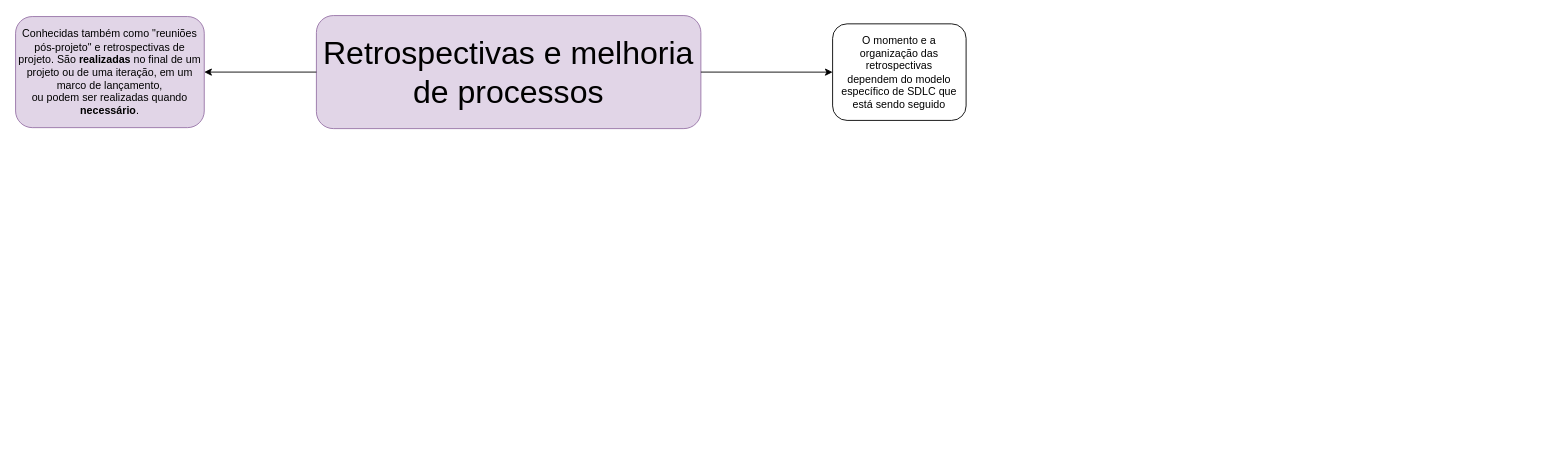
Natalirodriguess/estudos keeps this draw.io diagram as page "Subtopico 2.1.6" (7 of 10) of capitulo2.drawio. Above is the earlier version. Source tidied: cells renumbered, new cells numbered last; positions are measured from the earlier drawing's top-left corner, leaving out a move shared by most shapes. Both pictures are drawn from the tidied source at 89%, with x=0, y=0 at pixel (15, 15).
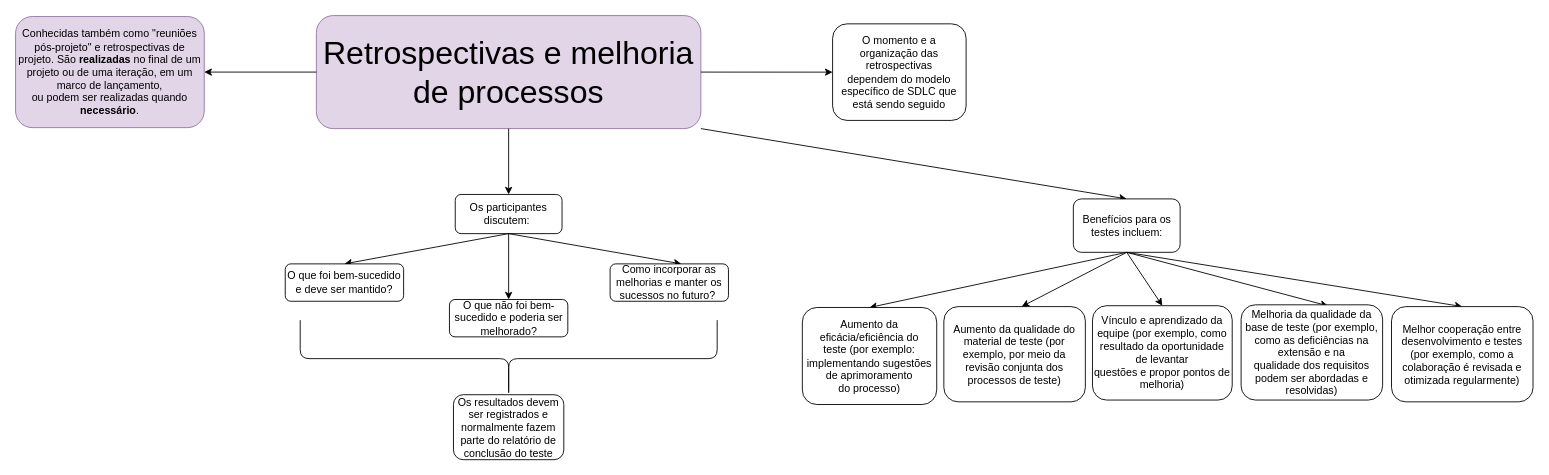
The same page after the edit.

The change refers to these unchanged cells:
```xml
<mxCell id="2" value="&lt;font style=&quot;font-size: 36px;&quot;&gt; Retrospectivas e melhoria de processos &lt;/font&gt;" style="rounded=1;whiteSpace=wrap;html=1;fillColor=#e1d5e7;strokeColor=#9673a6;" parent="1" vertex="1">
  <mxGeometry x="338" width="432" height="127" as="geometry" />
</mxCell>
```

What changed in the source:
```diff
@@
+    <mxCell id="7" style="endArrow=classic;html=1;rounded=0;exitX=0.5;exitY=1;exitDx=0;exitDy=0;entryX=0.5;entryY=0;entryDx=0;entryDy=0;" parent="1" edge="1" source="2" target="8">
+      <mxGeometry relative="1" as="geometry" />
+    </mxCell>
+    <mxCell id="8" value="Os participantes discutem:&amp;nbsp;" style="rounded=1;whiteSpace=wrap;html=1;" parent="1" vertex="1">
+      <mxGeometry x="494" y="201" width="120" height="44" as="geometry" />
+    </mxCell>
+    <mxCell id="9" style="endArrow=classic;html=1;rounded=0;exitX=0.5;exitY=1;exitDx=0;exitDy=0;entryX=0.5;entryY=0;entryDx=0;entryDy=0;" parent="1" edge="1" source="8" target="12">
+      <mxGeometry relative="1" as="geometry" />
+    </mxCell>
+    <mxCell id="10" style="endArrow=classic;html=1;rounded=0;exitX=0.5;exitY=1;exitDx=0;exitDy=0;entryX=0.5;entryY=0;entryDx=0;entryDy=0;" parent="1" edge="1" source="8" target="13">
+      <mxGeometry relative="1" as="geometry" />
+    </mxCell>
+    <mxCell id="11" style="endArrow=classic;html=1;rounded=0;exitX=0.5;exitY=1;exitDx=0;exitDy=0;entryX=0.602;entryY=0;entryDx=0;entryDy=0;entryPerimeter=0;" parent="1" edge="1" source="8" target="14">
+      <mxGeometry relative="1" as="geometry" />
+    </mxCell>
+    <mxCell id="12" value="O que foi bem-sucedido e deve ser mantido?" style="rounded=1;whiteSpace=wrap;html=1;" parent="1" vertex="1">
+      <mxGeometry x="303" y="279" width="133" height="42" as="geometry" />
+    </mxCell>
+    <mxCell id="13" value="O que não foi bem-sucedido e poderia ser melhorado?" style="rounded=1;whiteSpace=wrap;html=1;" parent="1" vertex="1">
+      <mxGeometry x="487.5" y="319" width="133" height="42" as="geometry" />
+    </mxCell>
+    <mxCell id="14" value="Como incorporar as melhorias e manter os sucessos no futuro?&amp;nbsp;" style="rounded=1;whiteSpace=wrap;html=1;" parent="1" vertex="1">
+      <mxGeometry x="668" y="279" width="133" height="42" as="geometry" />
+    </mxCell>
+    <mxCell id="15" style="shape=curlyBracket;whiteSpace=wrap;html=1;rounded=1;labelPosition=left;verticalLabelPosition=middle;align=right;verticalAlign=middle;rotation=-90;" parent="1" vertex="1">
+      <mxGeometry x="510.8" y="151.2" width="86.5" height="468.5" as="geometry" />
+    </mxCell>
+    <mxCell id="16" value="Os resultados devem ser registrados e normalmente fazem parte do relatório de conclusão do teste" style="rounded=1;whiteSpace=wrap;html=1;" parent="1" vertex="1">
+      <mxGeometry x="492" y="426" width="124" height="73" as="geometry" />
+    </mxCell>
+    <mxCell id="17" style="endArrow=classic;html=1;rounded=0;exitX=0.5;exitY=1;exitDx=0;exitDy=0;entryX=0.5;entryY=0;entryDx=0;entryDy=0;" parent="1" edge="1" source="19" target="21">
+      <mxGeometry relative="1" as="geometry" />
+    </mxCell>
+    <mxCell id="18" style="endArrow=classic;html=1;rounded=0;exitX=1;exitY=1;exitDx=0;exitDy=0;entryX=0.5;entryY=0;entryDx=0;entryDy=0;" parent="1" edge="1" source="2" target="19">
+      <mxGeometry relative="1" as="geometry" />
+    </mxCell>
+    <mxCell id="19" value="Benefícios para os testes incluem:" style="rounded=1;whiteSpace=wrap;html=1;" parent="1" vertex="1">
+      <mxGeometry x="1188.5" y="206" width="120" height="60" as="geometry" />
+    </mxCell>
+    <mxCell id="20" style="endArrow=classic;html=1;rounded=0;exitX=0.5;exitY=1;exitDx=0;exitDy=0;entryX=0.55;entryY=0;entryDx=0;entryDy=0;entryPerimeter=0;" parent="1" edge="1" source="19" target="22">
+      <mxGeometry relative="1" as="geometry" />
+    </mxCell>
+    <mxCell id="21" value="&lt;div style=&quot;&quot;&gt;&lt;span style=&quot;background-color: initial;&quot;&gt;Aumento da eficácia/eficiência do teste&amp;nbsp;&lt;/span&gt;&lt;span style=&quot;background-color: initial;&quot;&gt;(por exemplo: implementando sugestões de aprimoramento&lt;/span&gt;&lt;/div&gt;&lt;div style=&quot;&quot;&gt;&lt;span style=&quot;background-color: initial;&quot;&gt;do processo)&lt;/span&gt;&lt;/div&gt;" style="rounded=1;whiteSpace=wrap;html=1;align=center;" parent="1" vertex="1">
+      <mxGeometry x="884" y="328" width="151" height="109" as="geometry" />
+    </mxCell>
+    <mxCell id="22" value="&lt;div style=&quot;&quot;&gt;Aumento da qualidade do material de teste (por exemplo, por meio da revisão conjunta dos&lt;br&gt;processos de teste)&lt;br&gt;&lt;/div&gt;" style="rounded=1;whiteSpace=wrap;html=1;align=center;" parent="1" vertex="1">
+      <mxGeometry x="1043" y="327" width="159" height="107" as="geometry" />
+    </mxCell>
+    <mxCell id="23" style="endArrow=classic;html=1;rounded=0;exitX=0.5;exitY=1;exitDx=0;exitDy=0;entryX=0.614;entryY=0.011;entryDx=0;entryDy=0;entryPerimeter=0;" parent="1" edge="1" source="19" target="26">
+      <mxGeometry relative="1" as="geometry" />
+    </mxCell>
+    <mxCell id="24" style="endArrow=classic;html=1;rounded=0;exitX=0.5;exitY=1;exitDx=0;exitDy=0;entryX=0.5;entryY=0;entryDx=0;entryDy=0;" parent="1" edge="1" source="19" target="25">
+      <mxGeometry relative="1" as="geometry" />
+    </mxCell>
+    <mxCell id="25" value="&lt;div style=&quot;&quot;&gt;Vínculo e aprendizado da equipe (por exemplo, como resultado da oportunidade de levantar&lt;br&gt;questões e propor pontos de melhoria)&lt;br&gt;&lt;/div&gt;" style="rounded=1;whiteSpace=wrap;html=1;align=center;" parent="1" vertex="1">
+      <mxGeometry x="1210" y="326" width="157" height="106" as="geometry" />
+    </mxCell>
+    <mxCell id="26" value="&lt;div style=&quot;&quot;&gt;Melhoria da qualidade da base de teste (por exemplo, como as deficiências na extensão e na&lt;br/&gt;qualidade dos requisitos podem ser abordadas e resolvidas)&lt;br&gt;&lt;/div&gt;" style="rounded=1;whiteSpace=wrap;html=1;align=center;" parent="1" vertex="1">
+      <mxGeometry x="1377" y="325" width="159" height="107" as="geometry" />
+    </mxCell>
+    <mxCell id="27" style="endArrow=classic;html=1;rounded=0;exitX=0.5;exitY=1;exitDx=0;exitDy=0;entryX=0.5;entryY=0;entryDx=0;entryDy=0;" parent="1" edge="1" source="19" target="28">
+      <mxGeometry relative="1" as="geometry" />
+    </mxCell>
+    <mxCell id="28" value="&lt;div style=&quot;&quot;&gt;Melhor cooperação entre desenvolvimento e testes (por exemplo, como a colaboração é revisada e&lt;br&gt;otimizada regularmente)&lt;br&gt;&lt;/div&gt;" style="rounded=1;whiteSpace=wrap;html=1;align=center;" parent="1" vertex="1">
+      <mxGeometry x="1546" y="327" width="159" height="107" as="geometry" />
+    </mxCell>
```
